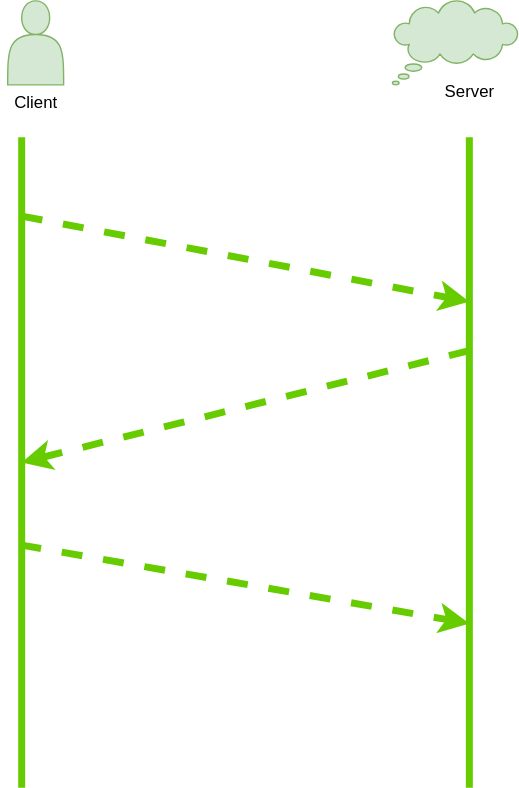
Above: 网络协议/03-TCP协议简介.drawio.svg in WithoutCause/draw.io (draw.io), before the change. Source tidied: cells renumbered, new cells last; positions are measured from the earlier drawing's top-left corner, leaving out a move shared by most shapes.
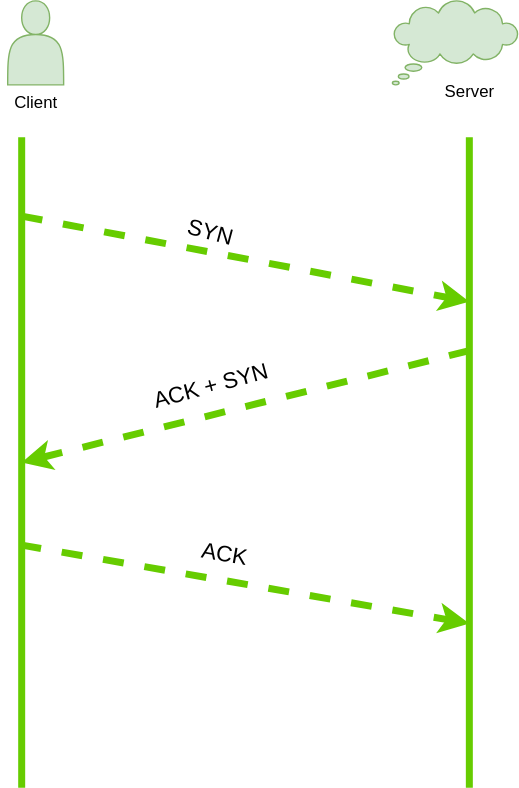
After the commit.

Commit message:
更新03-TCP协议简介.drawio.svg

What changed in the source:
```diff
@@ -26,5 +26,14 @@
     <mxCell id="9" style="endArrow=classic;html=1;rounded=0;exitX=-0.003;exitY=0.628;exitDx=0;exitDy=0;exitPerimeter=0;entryX=1;entryY=0.75;entryDx=0;entryDy=0;strokeWidth=5;strokeColor=#66CC00;dashed=1;" parent="1" edge="1" source="4" target="4">
       <mxGeometry relative="1" as="geometry" />
     </mxCell>
+    <mxCell id="10" value="&lt;font style=&quot;font-size: 16px;&quot;&gt;SYN&lt;/font&gt;" style="text;html=1;align=center;verticalAlign=middle;strokeColor=none;fillColor=none;rotation=15;strokeWidth=7;" parent="1" vertex="1">
+      <mxGeometry x="120" y="150" width="60" height="30" as="geometry" />
+    </mxCell>
+    <mxCell id="11" value="&lt;font style=&quot;font-size: 16px;&quot;&gt;ACK + SYN&lt;/font&gt;" style="text;html=1;align=center;verticalAlign=middle;strokeColor=none;fillColor=none;rotation=-15;strokeWidth=7;" parent="1" vertex="1">
+      <mxGeometry x="95" y="260" width="110" height="30" as="geometry" />
+    </mxCell>
+    <mxCell id="12" value="&lt;font style=&quot;font-size: 16px;&quot;&gt;ACK&lt;/font&gt;" style="text;html=1;align=center;verticalAlign=middle;strokeColor=none;fillColor=none;rotation=10;strokeWidth=7;" parent="1" vertex="1">
+      <mxGeometry x="130" y="380" width="60" height="30" as="geometry" />
+    </mxCell>
   </root>
 </mxGraphModel>
```
